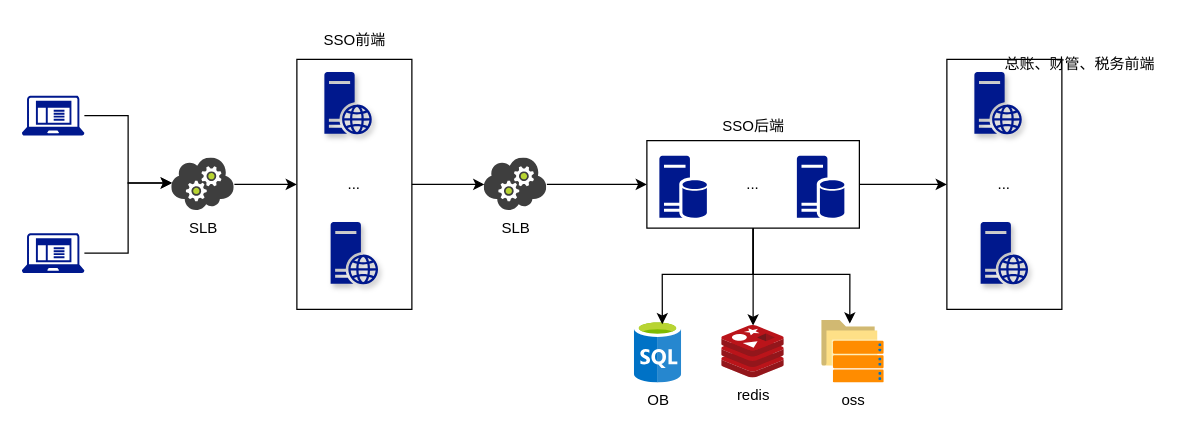
The draw.io diagram sso_arc.drawio in TzashiNorpu/gl, before the edit. Source tidied: cells renumbered, new cells numbered last; positions are measured from the earlier drawing's top-left corner, leaving out a move shared by most shapes. Both pictures are drawn from the tidied source at 125%, with x=0, y=0 at pixel (21, 21).
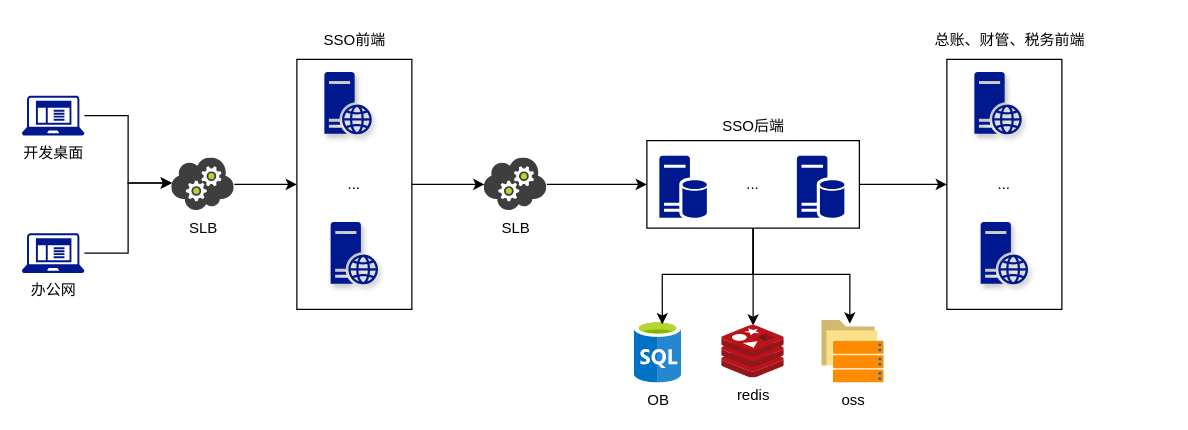
The same page after the edit.

Change to the diagram source:
```diff
@@
-    <mxCell id="2" style="sketch=0;shadow=0;dashed=0;html=1;strokeColor=none;labelPosition=center;verticalLabelPosition=bottom;verticalAlign=top;align=center;fillColor=#00188D;shape=mxgraph.mscae.enterprise.client_application;" parent="1" vertex="1">
+    <mxCell id="2" value="开发桌面" style="sketch=0;shadow=0;dashed=0;html=1;strokeColor=none;labelPosition=center;verticalLabelPosition=bottom;verticalAlign=top;align=center;fillColor=#00188D;shape=mxgraph.mscae.enterprise.client_application;" parent="1" vertex="1">
       <mxGeometry y="59" width="50" height="32" as="geometry" />
     </mxCell>
-    <mxCell id="3" style="sketch=0;shadow=0;dashed=0;html=1;strokeColor=none;labelPosition=center;verticalLabelPosition=bottom;verticalAlign=top;align=center;fillColor=#00188D;shape=mxgraph.mscae.enterprise.client_application;" parent="1" vertex="1">
+    <mxCell id="3" value="办公网" style="sketch=0;shadow=0;dashed=0;html=1;strokeColor=none;labelPosition=center;verticalLabelPosition=bottom;verticalAlign=top;align=center;fillColor=#00188D;shape=mxgraph.mscae.enterprise.client_application;" parent="1" vertex="1">
       <mxGeometry y="169" width="50" height="32" as="geometry" />
     </mxCell>
@@
     <mxCell id="30" value="总账、财管、税务前端" style="text;html=1;align=center;verticalAlign=middle;strokeColor=none;fillColor=none;" parent="1" vertex="1">
-      <mxGeometry x="776" y="19" width="140" height="30" as="geometry" />
+      <mxGeometry x="720" width="140" height="30" as="geometry" />
     </mxCell>
```
